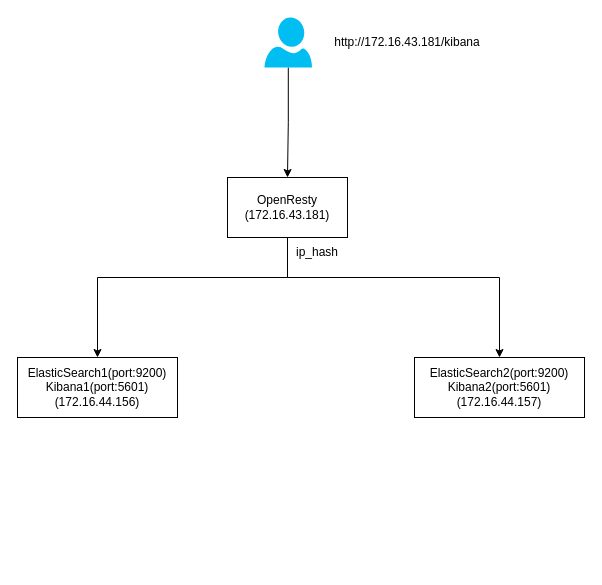
Earlier version of the draw.io diagram drawio/elk_deploy.drawio (happinessandlove/Pic). Source tidied: cells renumbered, new cells numbered last; positions are measured from the earlier drawing's top-left corner, leaving out a move shared by most shapes. Both pictures are drawn from the tidied source at 100%, with x=0, y=0 at pixel (17, 17).
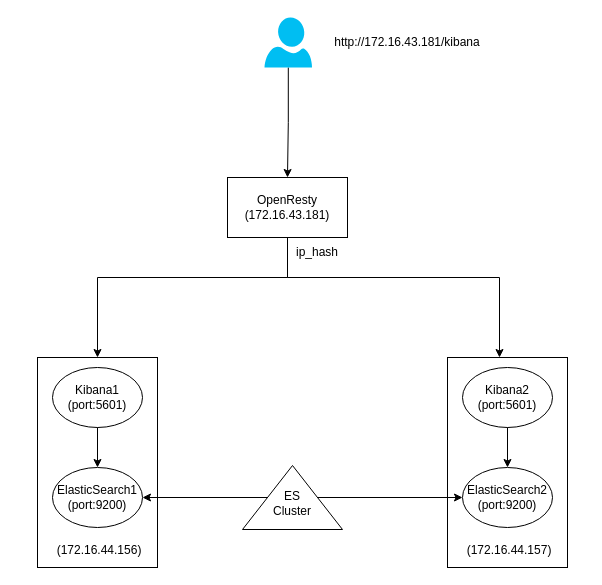
Above is the later version.

The change refers to these unchanged cells:
```xml
<mxCell id="4" value="OpenResty&lt;br&gt;(172.16.43.181)" style="rounded=0;whiteSpace=wrap;html=1;" parent="1" vertex="1">
  <mxGeometry x="210" y="160" width="120" height="60" as="geometry" />
</mxCell>
```

Change to the diagram source:
```diff
@@
-    <mxCell id="2" style="edgeStyle=orthogonalEdgeStyle;rounded=0;jettySize=auto;html=1;entryX=0.5;entryY=0;entryDx=0;entryDy=0;" parent="1" edge="1" source="4" target="5">
+    <mxCell id="2" style="edgeStyle=orthogonalEdgeStyle;rounded=0;jettySize=auto;html=1;entryX=0.5;entryY=0;entryDx=0;entryDy=0;" parent="1" edge="1" source="4">
       <mxGeometry relative="1" as="geometry">
+        <mxPoint x="80" y="340" as="targetPoint" />
         <Array as="points">
           <mxPoint x="270" y="260" />
           <mxPoint x="80" y="260" />
         </Array>
       </mxGeometry>
     </mxCell>
-    <mxCell id="3" style="edgeStyle=orthogonalEdgeStyle;rounded=0;jettySize=auto;html=1;exitX=0.5;exitY=1;exitDx=0;exitDy=0;entryX=0.5;entryY=0;entryDx=0;entryDy=0;" parent="1" edge="1" source="4" target="6">
+    <mxCell id="3" style="edgeStyle=orthogonalEdgeStyle;rounded=0;jettySize=auto;html=1;exitX=0.5;exitY=1;exitDx=0;exitDy=0;entryX=0.5;entryY=0;entryDx=0;entryDy=0;" parent="1" edge="1" source="4">
       <mxGeometry relative="1" as="geometry">
+        <mxPoint x="482" y="340" as="targetPoint" />
         <Array as="points">
           <mxPoint x="270" y="260" />
           <mxPoint x="482" y="260" />
         </Array>
       </mxGeometry>
     </mxCell>
@@
-    <mxCell id="5" value="ElasticSearch1(port:9200)&lt;br&gt;Kibana1(port:5601)&lt;br&gt;(172.16.44.156)" style="rounded=0;whiteSpace=wrap;html=1;" parent="1" vertex="1">
-      <mxGeometry y="340" width="160" height="60" as="geometry" />
-    </mxCell>
-    <mxCell id="6" value="ElasticSearch2(port:9200)&lt;br&gt;Kibana2(port:5601)&lt;br&gt;(172.16.44.157)" style="rounded=0;whiteSpace=wrap;html=1;" parent="1" vertex="1">
-      <mxGeometry x="397" y="340" width="170" height="60" as="geometry" />
-    </mxCell>
@@
+    <mxCell id="11" style="group;" parent="1" vertex="1">
+      <mxGeometry x="20" y="340" width="120" height="210" as="geometry" />
+    </mxCell>
+    <mxCell id="12" style="rounded=0;whiteSpace=wrap;html=1;" parent="11" vertex="1">
+      <mxGeometry width="120" height="210" as="geometry" />
+    </mxCell>
+    <mxCell id="13" value="Kibana1&lt;br&gt;(port:5601)" style="ellipse;whiteSpace=wrap;html=1;" parent="11" vertex="1">
+      <mxGeometry x="15" y="10" width="90" height="60" as="geometry" />
+    </mxCell>
+    <mxCell id="14" value="ElasticSearch1&lt;br&gt;(port:9200)" style="ellipse;whiteSpace=wrap;html=1;" parent="11" vertex="1">
+      <mxGeometry x="15" y="110" width="90" height="60" as="geometry" />
+    </mxCell>
+    <mxCell id="15" style="edgeStyle=orthogonalEdgeStyle;rounded=0;jettySize=auto;html=1;entryX=0.5;entryY=0;entryDx=0;entryDy=0;" parent="11" edge="1" source="13" target="14">
+      <mxGeometry relative="1" as="geometry" />
+    </mxCell>
+    <mxCell id="16" value="(172.16.44.156)" style="text;html=1;strokeColor=none;fillColor=none;align=center;verticalAlign=middle;whiteSpace=wrap;rounded=0;" parent="11" vertex="1">
+      <mxGeometry x="32" y="178" width="60" height="30" as="geometry" />
+    </mxCell>
+    <mxCell id="17" style="group;" parent="1" vertex="1">
+      <mxGeometry x="430" y="340" width="120" height="210" as="geometry" />
+    </mxCell>
+    <mxCell id="18" style="rounded=0;whiteSpace=wrap;html=1;" parent="17" vertex="1">
+      <mxGeometry width="120" height="210" as="geometry" />
+    </mxCell>
+    <mxCell id="19" value="Kibana2&lt;br&gt;(port:5601)" style="ellipse;whiteSpace=wrap;html=1;" parent="17" vertex="1">
+      <mxGeometry x="15" y="10" width="90" height="60" as="geometry" />
+    </mxCell>
+    <mxCell id="20" value="ElasticSearch2&lt;br&gt;(port:9200)" style="ellipse;whiteSpace=wrap;html=1;" parent="17" vertex="1">
+      <mxGeometry x="15" y="110" width="90" height="60" as="geometry" />
+    </mxCell>
+    <mxCell id="21" style="edgeStyle=orthogonalEdgeStyle;rounded=0;jettySize=auto;html=1;entryX=0.5;entryY=0;entryDx=0;entryDy=0;" parent="17" edge="1" source="19" target="20">
+      <mxGeometry relative="1" as="geometry" />
+    </mxCell>
+    <mxCell id="22" value="(172.16.44.157)" style="text;html=1;strokeColor=none;fillColor=none;align=center;verticalAlign=middle;whiteSpace=wrap;rounded=0;" parent="17" vertex="1">
+      <mxGeometry x="32" y="178" width="60" height="30" as="geometry" />
+    </mxCell>
+    <mxCell id="23" style="edgeStyle=orthogonalEdgeStyle;rounded=0;jettySize=auto;html=1;entryX=1;entryY=0.5;entryDx=0;entryDy=0;" parent="1" edge="1" source="25" target="14">
+      <mxGeometry relative="1" as="geometry" />
+    </mxCell>
+    <mxCell id="24" style="edgeStyle=orthogonalEdgeStyle;rounded=0;jettySize=auto;html=1;" parent="1" edge="1" source="25" target="20">
+      <mxGeometry relative="1" as="geometry" />
+    </mxCell>
+    <mxCell id="25" style="triangle;whiteSpace=wrap;html=1;rotation=-90;" parent="1" vertex="1">
+      <mxGeometry x="243" y="430" width="64" height="100" as="geometry" />
+    </mxCell>
+    <mxCell id="26" value="ES &lt;br&gt;Cluster" style="text;html=1;strokeColor=none;fillColor=none;align=center;verticalAlign=middle;whiteSpace=wrap;rounded=0;" parent="1" vertex="1">
+      <mxGeometry x="245" y="471" width="60" height="30" as="geometry" />
+    </mxCell>
```
